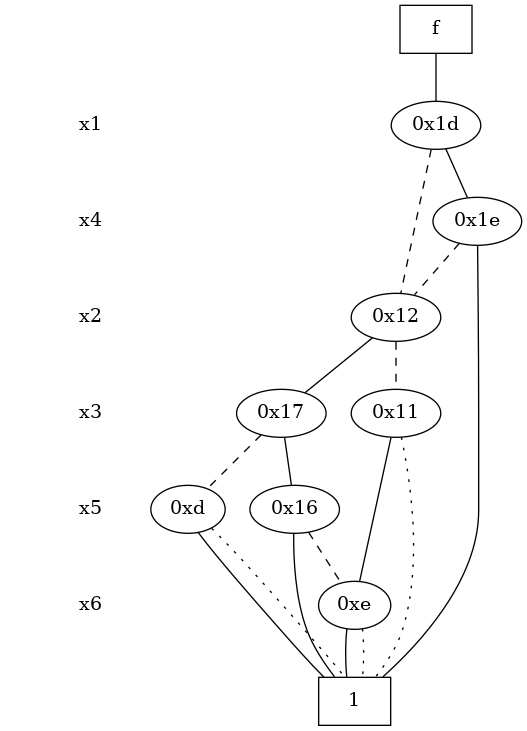
loipsheng/cudd-3.0.0.1 keeps this Graphviz diagram as expretest/optimized_bdd.png. Above is the earlier version. Its source is kept beside it as expretest/optimized_bdd.dot.
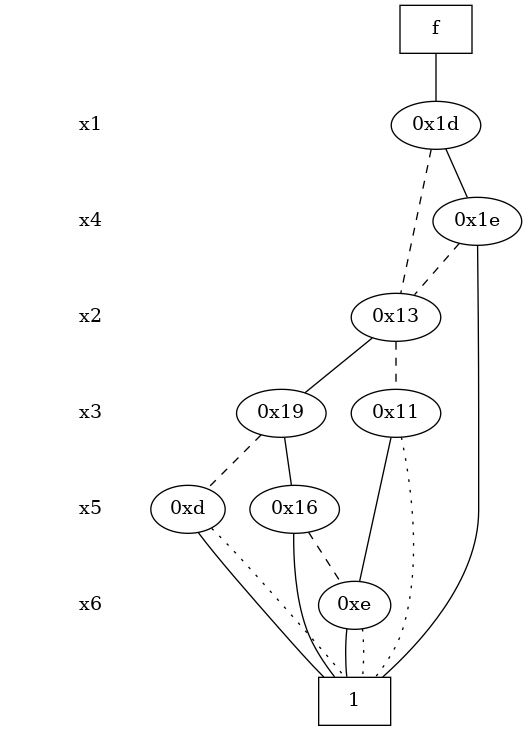
After the change.

Change to the diagram source:
```diff
@@ -16,15 +16,15 @@
 "0x1e";
 }
 { rank = same; " x2 ";
-"0x12";
+"0x13";
 }
 { rank = same; " x3 ";
 "0x11";
-"0x17";
+"0x19";
 }
 { rank = same; " x5 ";
+"0xd";
 "0x16";
-"0xd";
 }
 { rank = same; " x6 ";
 "0xe";
@@ -35,19 +35,19 @@
 }
 "  f  " -> "0x1d" [style = solid];
 "0x1d" -> "0x1e";
-"0x1d" -> "0x12" [style = dashed];
+"0x1d" -> "0x13" [style = dashed];
 "0x1e" -> "0x5";
-"0x1e" -> "0x12" [style = dashed];
-"0x12" -> "0x17";
-"0x12" -> "0x11" [style = dashed];
+"0x1e" -> "0x13" [style = dashed];
+"0x13" -> "0x19";
+"0x13" -> "0x11" [style = dashed];
 "0x11" -> "0xe";
 "0x11" -> "0x5" [style = dotted];
-"0x17" -> "0x16";
-"0x17" -> "0xd" [style = dashed];
+"0x19" -> "0x16";
+"0x19" -> "0xd" [style = dashed];
+"0xd" -> "0x5";
+"0xd" -> "0x5" [style = dotted];
 "0x16" -> "0x5";
 "0x16" -> "0xe" [style = dashed];
-"0xd" -> "0x5";
-"0xd" -> "0x5" [style = dotted];
 "0xe" -> "0x5";
 "0xe" -> "0x5" [style = dotted];
 "0x5" [label = "1"];
```
